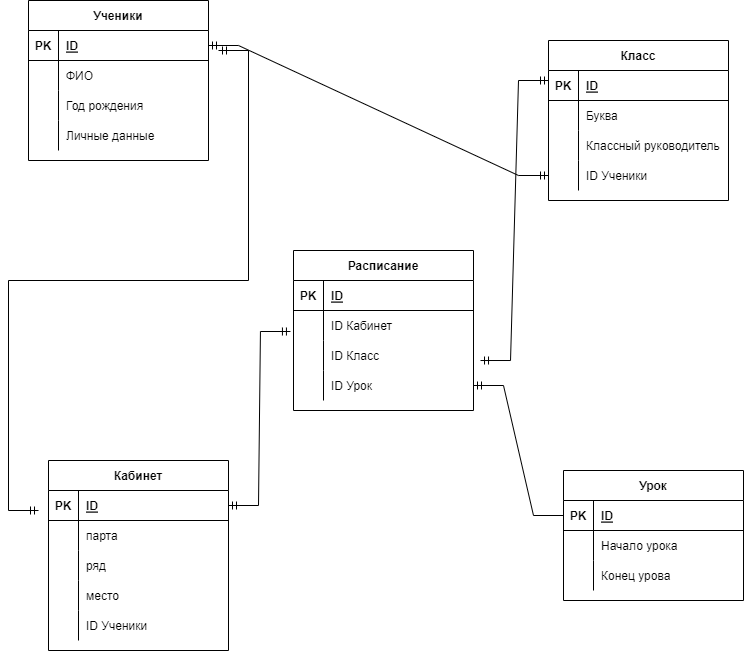
Before: Untitled Diagram.drawio.png, a diagram exported from draw.io (katya-prudnikova/-). Source tidied: cells renumbered, new cells last; positions are measured from the earlier drawing's top-left corner, leaving out a move shared by most shapes.
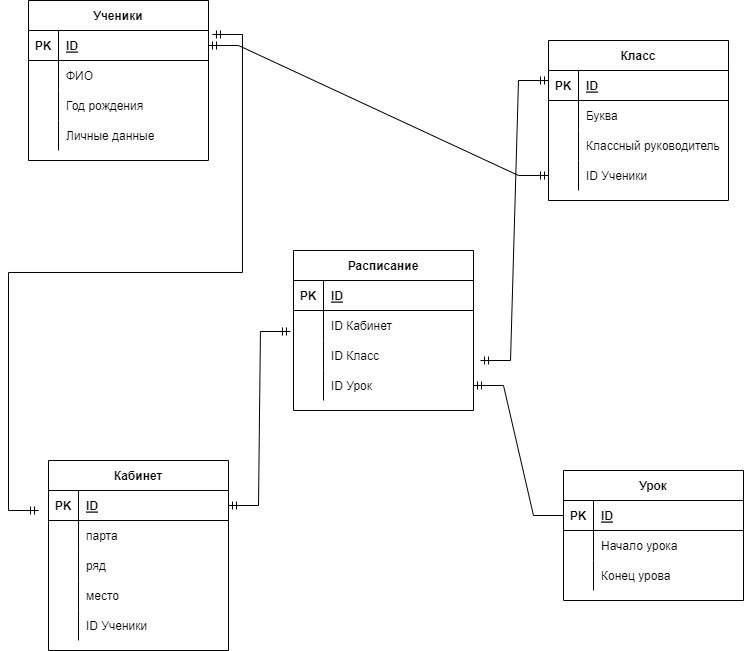
The same file after the commit.

The edit, as a diff of the source:
```diff
@@ -209,9 +209,8 @@
     <mxCell id="70" style="edgeStyle=entityRelationEdgeStyle;fontSize=12;html=1;endArrow=ERmandOne;startArrow=ERmandOne;rounded=0;entryX=0;entryY=0.25;entryDx=0;entryDy=0;exitX=1.039;exitY=0.667;exitDx=0;exitDy=0;exitPerimeter=0;" parent="1" edge="1" source="51" target="15">
       <mxGeometry relative="1" as="geometry" />
     </mxCell>
-    <mxCell id="71" style="edgeStyle=entityRelationEdgeStyle;fontSize=12;html=1;endArrow=ERmandOne;startArrow=ERmandOne;rounded=0;" parent="1" edge="1">
+    <mxCell id="71" style="edgeStyle=entityRelationEdgeStyle;fontSize=12;html=1;endArrow=ERmandOne;startArrow=ERmandOne;rounded=0;exitX=1.022;exitY=0.133;exitDx=0;exitDy=0;exitPerimeter=0;" parent="1" edge="1" source="3">
       <mxGeometry relative="1" as="geometry">
-        <mxPoint x="190" y="50" as="sourcePoint" />
         <mxPoint x="10" y="510" as="targetPoint" />
       </mxGeometry>
     </mxCell>
```
